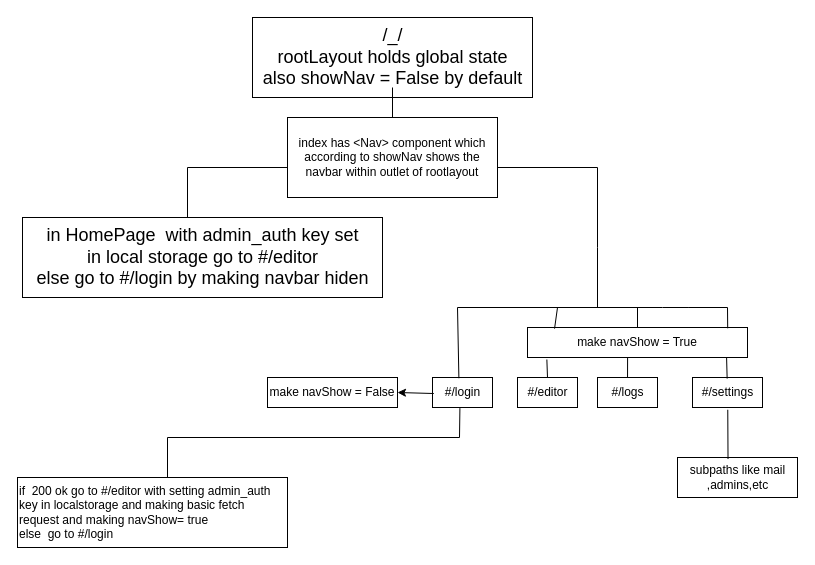
Above: ui/ui_logic.drawio in sahilGomes/protonBaaS (draw.io), before the change. Source tidied: cells renumbered, new cells numbered last; positions are measured from the earlier drawing's top-left corner, leaving out a move shared by most shapes. Both pictures are drawn from the tidied source at 100%, with x=0, y=0 at pixel (17, 17).
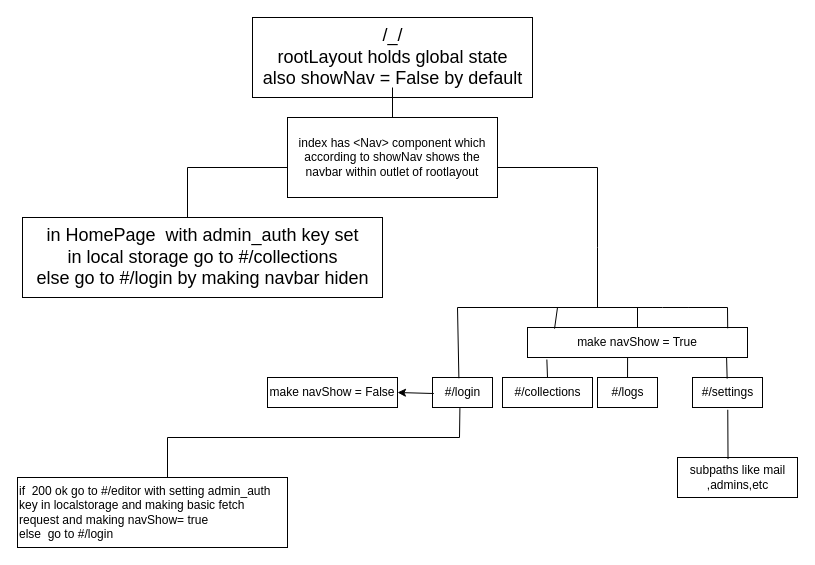
The same page after the edit.

Commit message:
typo dbdata collections

The edit, as a diff of the source:
```diff
@@
-    <mxCell id="3" value="in HomePage&amp;nbsp; with admin_auth key set&lt;br&gt;in local storage go to #/editor&lt;br&gt;else go to #/login by making navbar hiden" style="text;html=1;align=center;verticalAlign=middle;strokeColor=default;fillColor=none;fontSize=18;" parent="1" vertex="1">
+    <mxCell id="3" value="in HomePage&amp;nbsp; with admin_auth key set&lt;br&gt;in local storage go to #/collections&lt;br&gt;else go to #/login by making navbar hiden" style="text;html=1;align=center;verticalAlign=middle;strokeColor=default;fillColor=none;fontSize=18;" parent="1" vertex="1">
       <mxGeometry x="5" y="200" width="360" height="80" as="geometry" />
     </mxCell>
@@
-    <mxCell id="17" value="#/editor" style="text;html=1;align=center;verticalAlign=middle;points=[];strokeColor=default;fillColor=none;" parent="1" vertex="1">
-      <mxGeometry x="500" y="360" width="60" height="30" as="geometry" />
+    <mxCell id="17" value="#/collections" style="text;html=1;align=center;verticalAlign=middle;points=[];strokeColor=default;fillColor=none;" parent="1" vertex="1">
+      <mxGeometry x="485" y="360" width="90" height="30" as="geometry" />
     </mxCell>
```
